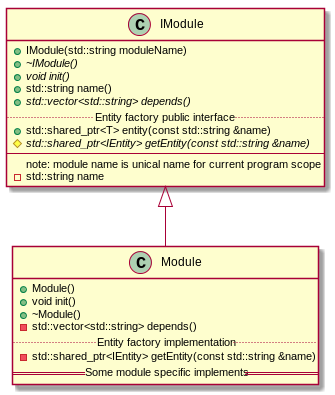
no111u3/laptop_control keeps this PlantUML diagram as doc/module.png. Above is the earlier version. Source of this version:
```plantuml
@startuml
IModule <|-- Module

class IModule {
    + IModule(std::string moduleName)
    {abstract} + ~IModule()

    {abstract} + void init()

    + std::string name()
    {abstract} + std::vector<std::string> depends()

    .. Entity factory public interface ..
    + std::shared_ptr<T> entity(const std::string &name)

    # {abstract} std::shared_ptr<IEntity> getEntity(const std::string &name)
    ----
    note: module name is unical name for current program scope
    - std::string name
}

class Module {
    + Module()
    + void init()
    + ~Module()


    - std::vector<std::string> depends()
    .. Entity factory implementation ..
    - std::shared_ptr<IEntity> getEntity(const std::string &name)

    == Some module specific implements ==
}
@enduml
```
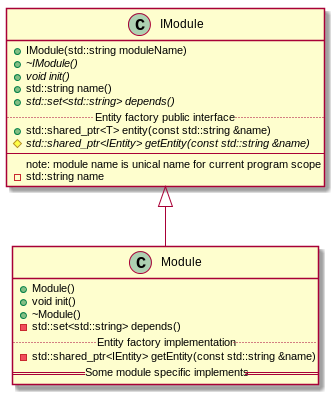
After the commit.

Commit message:
[U]{docs} - update module depends to optimal

Change to the diagram source:
```diff
@@ -8,7 +8,7 @@
     {abstract} + void init()
 
     + std::string name()
-    {abstract} + std::vector<std::string> depends()
+    {abstract} + std::set<std::string> depends()
 
     .. Entity factory public interface ..
     + std::shared_ptr<T> entity(const std::string &name)
@@ -25,7 +25,7 @@
     + ~Module()
 
 
-    - std::vector<std::string> depends()
+    - std::set<std::string> depends()
     .. Entity factory implementation ..
     - std::shared_ptr<IEntity> getEntity(const std::string &name)
 
```
